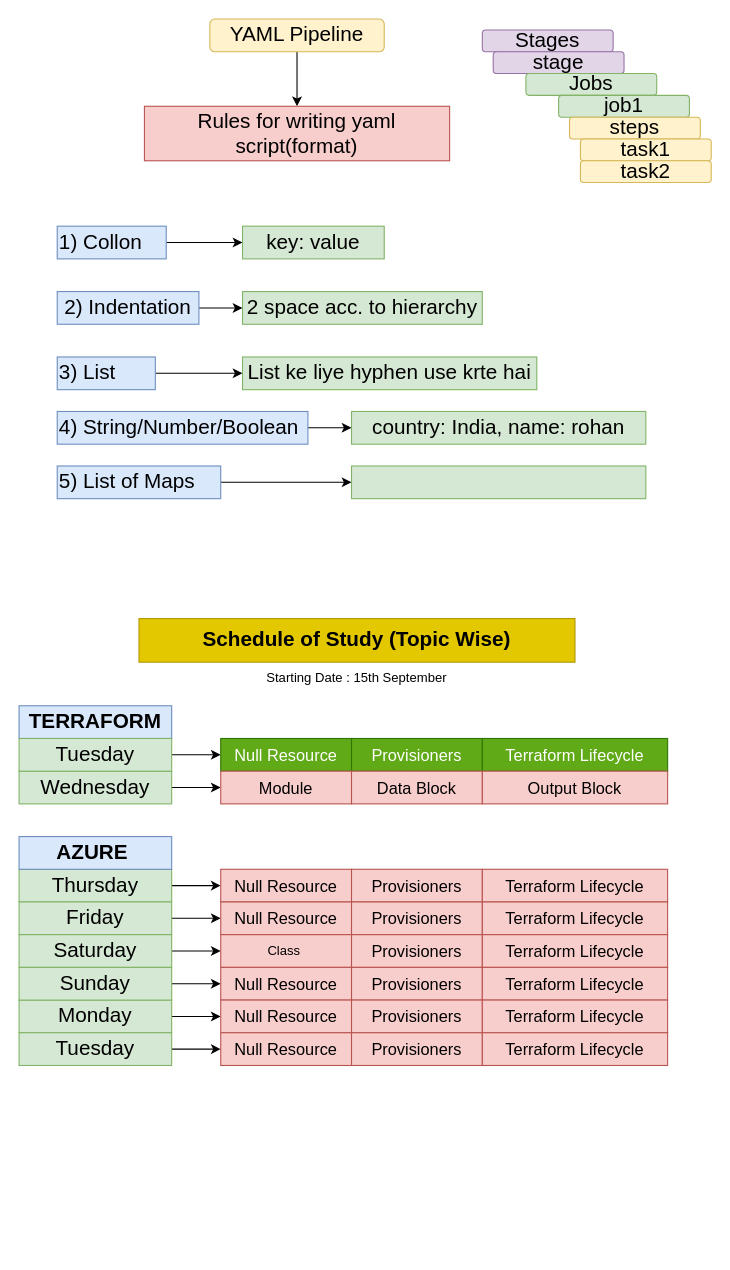
Above: Practice Schedule.drawio in Sandeepinfra/Diagrams.HLD (draw.io), before the change. Source tidied: cells renumbered, new cells numbered last; positions are measured from the earlier drawing's top-left corner, leaving out a move shared by most shapes. Both pictures are drawn from the tidied source at 109%, with x=0, y=0 at pixel (19, 19).
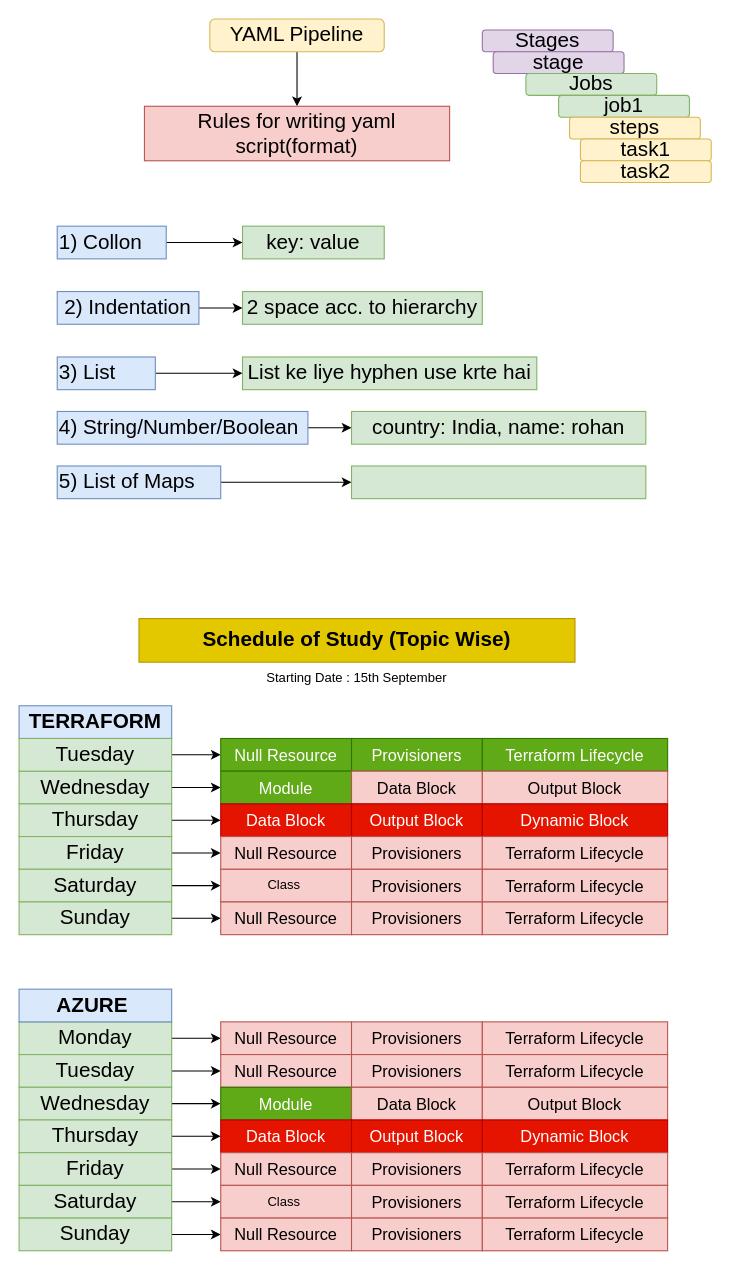
The same page after the edit.

Diff of the diagram source:
```diff
@@
     <mxCell id="34" value="&lt;span style=&quot;text-align: left;&quot;&gt;Thursday&lt;/span&gt;" style="text;html=1;whiteSpace=wrap;strokeColor=#82b366;fillColor=#d5e8d4;align=center;verticalAlign=middle;rounded=0;fontFamily=Helvetica;fontSize=19;" parent="1" vertex="1">
-      <mxGeometry y="780" width="140" height="30" as="geometry" />
+      <mxGeometry y="720" width="140" height="30" as="geometry" />
     </mxCell>
@@
     <mxCell id="36" value="&lt;span style=&quot;text-align: left;&quot;&gt;Friday&lt;/span&gt;" style="text;html=1;whiteSpace=wrap;strokeColor=#82b366;fillColor=#d5e8d4;align=center;verticalAlign=middle;rounded=0;fontFamily=Helvetica;fontSize=19;" parent="1" vertex="1">
-      <mxGeometry y="810" width="140" height="30" as="geometry" />
+      <mxGeometry y="750" width="140" height="30" as="geometry" />
     </mxCell>
@@
     <mxCell id="38" value="&lt;span style=&quot;text-align: left;&quot;&gt;Monday&lt;/span&gt;" style="text;html=1;whiteSpace=wrap;strokeColor=#82b366;fillColor=#d5e8d4;align=center;verticalAlign=middle;rounded=0;fontFamily=Helvetica;fontSize=19;" parent="1" vertex="1">
-      <mxGeometry y="900" width="140" height="30" as="geometry" />
+      <mxGeometry y="920" width="140" height="30" as="geometry" />
     </mxCell>
@@
     <mxCell id="40" value="&lt;span style=&quot;text-align: left;&quot;&gt;Saturday&lt;/span&gt;" style="text;html=1;whiteSpace=wrap;strokeColor=#82b366;fillColor=#d5e8d4;align=center;verticalAlign=middle;rounded=0;fontFamily=Helvetica;fontSize=19;" parent="1" vertex="1">
-      <mxGeometry y="840" width="140" height="30" as="geometry" />
+      <mxGeometry y="780" width="140" height="30" as="geometry" />
     </mxCell>
@@
     <mxCell id="42" value="&lt;div style=&quot;text-align: left;&quot;&gt;&lt;span style=&quot;background-color: transparent; color: light-dark(rgb(0, 0, 0), rgb(255, 255, 255));&quot;&gt;Sunday&lt;/span&gt;&lt;/div&gt;" style="text;html=1;whiteSpace=wrap;strokeColor=#82b366;fillColor=#d5e8d4;align=center;verticalAlign=middle;rounded=0;fontFamily=Helvetica;fontSize=19;" parent="1" vertex="1">
-      <mxGeometry y="870" width="140" height="30" as="geometry" />
+      <mxGeometry y="810" width="140" height="30" as="geometry" />
     </mxCell>
@@
     <mxCell id="44" value="&lt;span style=&quot;text-align: left;&quot;&gt;Tuesday&lt;/span&gt;" style="text;html=1;whiteSpace=wrap;strokeColor=#82b366;fillColor=#d5e8d4;align=center;verticalAlign=middle;rounded=0;fontFamily=Helvetica;fontSize=19;" parent="1" vertex="1">
-      <mxGeometry y="930" width="140" height="30" as="geometry" />
+      <mxGeometry y="950" width="140" height="30" as="geometry" />
     </mxCell>
@@
-    <mxCell id="48" value="&lt;span style=&quot;font-size: 15px;&quot;&gt;Module&lt;/span&gt;" style="text;html=1;whiteSpace=wrap;strokeColor=#b85450;fillColor=#f8cecc;align=center;verticalAlign=middle;rounded=0;" parent="1" vertex="1">
+    <mxCell id="48" value="&lt;span style=&quot;font-size: 15px;&quot;&gt;Module&lt;/span&gt;" style="text;html=1;whiteSpace=wrap;strokeColor=#2D7600;fillColor=#60a917;align=center;verticalAlign=middle;rounded=0;fontColor=#ffffff;" parent="1" vertex="1">
       <mxGeometry x="185" y="690" width="120" height="30" as="geometry" />
     </mxCell>
@@
-    <mxCell id="51" value="&lt;font style=&quot;font-size: 15px;&quot;&gt;Null Resource&lt;/font&gt;" style="text;html=1;whiteSpace=wrap;strokeColor=#b85450;fillColor=#f8cecc;align=center;verticalAlign=middle;rounded=0;" parent="1" vertex="1">
-      <mxGeometry x="185" y="780" width="120" height="30" as="geometry" />
+    <mxCell id="51" value="&lt;font style=&quot;font-size: 15px;&quot;&gt;Data Block&lt;/font&gt;" style="text;html=1;whiteSpace=wrap;strokeColor=#B20000;fillColor=#e51400;align=center;verticalAlign=middle;rounded=0;fontColor=#ffffff;" parent="1" vertex="1">
+      <mxGeometry x="185" y="720" width="120" height="30" as="geometry" />
     </mxCell>
-    <mxCell id="52" value="&lt;span style=&quot;font-size: 15px;&quot;&gt;Provisioners&lt;/span&gt;" style="text;html=1;whiteSpace=wrap;strokeColor=#b85450;fillColor=#f8cecc;align=center;verticalAlign=middle;rounded=0;" parent="1" vertex="1">
-      <mxGeometry x="305" y="780" width="120" height="30" as="geometry" />
+    <mxCell id="52" value="&lt;span style=&quot;font-size: 15px;&quot;&gt;Output Block&lt;/span&gt;" style="text;html=1;whiteSpace=wrap;strokeColor=#B20000;fillColor=#e51400;align=center;verticalAlign=middle;rounded=0;fontColor=#ffffff;" parent="1" vertex="1">
+      <mxGeometry x="305" y="720" width="120" height="30" as="geometry" />
     </mxCell>
-    <mxCell id="53" value="&lt;span style=&quot;font-size: 15px;&quot;&gt;Terraform Lifecycle&lt;/span&gt;" style="text;html=1;whiteSpace=wrap;strokeColor=#b85450;fillColor=#f8cecc;align=center;verticalAlign=middle;rounded=0;" parent="1" vertex="1">
-      <mxGeometry x="425" y="780" width="170" height="30" as="geometry" />
+    <mxCell id="53" value="&lt;span style=&quot;font-size: 15px;&quot;&gt;Dynamic Block&lt;/span&gt;" style="text;html=1;whiteSpace=wrap;strokeColor=#B20000;fillColor=#e51400;align=center;verticalAlign=middle;rounded=0;fontColor=#ffffff;" parent="1" vertex="1">
+      <mxGeometry x="425" y="720" width="170" height="30" as="geometry" />
     </mxCell>
     <mxCell id="54" value="&lt;font style=&quot;font-size: 15px;&quot;&gt;Null Resource&lt;/font&gt;" style="text;html=1;whiteSpace=wrap;strokeColor=#b85450;fillColor=#f8cecc;align=center;verticalAlign=middle;rounded=0;" parent="1" vertex="1">
-      <mxGeometry x="185" y="810" width="120" height="30" as="geometry" />
+      <mxGeometry x="185" y="750" width="120" height="30" as="geometry" />
     </mxCell>
     <mxCell id="55" value="&lt;span style=&quot;font-size: 15px;&quot;&gt;Provisioners&lt;/span&gt;" style="text;html=1;whiteSpace=wrap;strokeColor=#b85450;fillColor=#f8cecc;align=center;verticalAlign=middle;rounded=0;" parent="1" vertex="1">
-      <mxGeometry x="305" y="810" width="120" height="30" as="geometry" />
+      <mxGeometry x="305" y="750" width="120" height="30" as="geometry" />
     </mxCell>
     <mxCell id="56" value="&lt;span style=&quot;font-size: 15px;&quot;&gt;Terraform Lifecycle&lt;/span&gt;" style="text;html=1;whiteSpace=wrap;strokeColor=#b85450;fillColor=#f8cecc;align=center;verticalAlign=middle;rounded=0;" parent="1" vertex="1">
-      <mxGeometry x="425" y="810" width="170" height="30" as="geometry" />
+      <mxGeometry x="425" y="750" width="170" height="30" as="geometry" />
     </mxCell>
     <mxCell id="57" value="Class&amp;nbsp;" style="text;html=1;whiteSpace=wrap;strokeColor=#b85450;fillColor=#f8cecc;align=center;verticalAlign=middle;rounded=0;" parent="1" vertex="1">
-      <mxGeometry x="185" y="840" width="120" height="30" as="geometry" />
+      <mxGeometry x="185" y="780" width="120" height="30" as="geometry" />
     </mxCell>
     <mxCell id="58" value="&lt;span style=&quot;font-size: 15px;&quot;&gt;Provisioners&lt;/span&gt;" style="text;html=1;whiteSpace=wrap;strokeColor=#b85450;fillColor=#f8cecc;align=center;verticalAlign=middle;rounded=0;" parent="1" vertex="1">
-      <mxGeometry x="305" y="840" width="120" height="30" as="geometry" />
+      <mxGeometry x="305" y="780" width="120" height="30" as="geometry" />
     </mxCell>
     <mxCell id="59" value="&lt;span style=&quot;font-size: 15px;&quot;&gt;Terraform Lifecycle&lt;/span&gt;" style="text;html=1;whiteSpace=wrap;strokeColor=#b85450;fillColor=#f8cecc;align=center;verticalAlign=middle;rounded=0;" parent="1" vertex="1">
-      <mxGeometry x="425" y="840" width="170" height="30" as="geometry" />
+      <mxGeometry x="425" y="780" width="170" height="30" as="geometry" />
     </mxCell>
     <mxCell id="60" value="&lt;font style=&quot;font-size: 15px;&quot;&gt;Null Resource&lt;/font&gt;" style="text;html=1;whiteSpace=wrap;strokeColor=#b85450;fillColor=#f8cecc;align=center;verticalAlign=middle;rounded=0;" parent="1" vertex="1">
-      <mxGeometry x="185" y="870" width="120" height="30" as="geometry" />
+      <mxGeometry x="185" y="810" width="120" height="30" as="geometry" />
     </mxCell>
     <mxCell id="61" value="&lt;span style=&quot;font-size: 15px;&quot;&gt;Provisioners&lt;/span&gt;" style="text;html=1;whiteSpace=wrap;strokeColor=#b85450;fillColor=#f8cecc;align=center;verticalAlign=middle;rounded=0;" parent="1" vertex="1">
-      <mxGeometry x="305" y="870" width="120" height="30" as="geometry" />
+      <mxGeometry x="305" y="810" width="120" height="30" as="geometry" />
     </mxCell>
     <mxCell id="62" value="&lt;span style=&quot;font-size: 15px;&quot;&gt;Terraform Lifecycle&lt;/span&gt;" style="text;html=1;whiteSpace=wrap;strokeColor=#b85450;fillColor=#f8cecc;align=center;verticalAlign=middle;rounded=0;" parent="1" vertex="1">
-      <mxGeometry x="425" y="870" width="170" height="30" as="geometry" />
+      <mxGeometry x="425" y="810" width="170" height="30" as="geometry" />
     </mxCell>
     <mxCell id="63" value="&lt;font style=&quot;font-size: 15px;&quot;&gt;Null Resource&lt;/font&gt;" style="text;html=1;whiteSpace=wrap;strokeColor=#b85450;fillColor=#f8cecc;align=center;verticalAlign=middle;rounded=0;" parent="1" vertex="1">
-      <mxGeometry x="185" y="900" width="120" height="30" as="geometry" />
+      <mxGeometry x="185" y="920" width="120" height="30" as="geometry" />
     </mxCell>
     <mxCell id="64" value="&lt;span style=&quot;font-size: 15px;&quot;&gt;Provisioners&lt;/span&gt;" style="text;html=1;whiteSpace=wrap;strokeColor=#b85450;fillColor=#f8cecc;align=center;verticalAlign=middle;rounded=0;" parent="1" vertex="1">
-      <mxGeometry x="305" y="900" width="120" height="30" as="geometry" />
+      <mxGeometry x="305" y="920" width="120" height="30" as="geometry" />
     </mxCell>
     <mxCell id="65" value="&lt;span style=&quot;font-size: 15px;&quot;&gt;Terraform Lifecycle&lt;/span&gt;" style="text;html=1;whiteSpace=wrap;strokeColor=#b85450;fillColor=#f8cecc;align=center;verticalAlign=middle;rounded=0;" parent="1" vertex="1">
-      <mxGeometry x="425" y="900" width="170" height="30" as="geometry" />
+      <mxGeometry x="425" y="920" width="170" height="30" as="geometry" />
     </mxCell>
     <mxCell id="66" value="&lt;font style=&quot;font-size: 15px;&quot;&gt;Null Resource&lt;/font&gt;" style="text;html=1;whiteSpace=wrap;strokeColor=#b85450;fillColor=#f8cecc;align=center;verticalAlign=middle;rounded=0;" parent="1" vertex="1">
-      <mxGeometry x="185" y="930" width="120" height="30" as="geometry" />
+      <mxGeometry x="185" y="950" width="120" height="30" as="geometry" />
     </mxCell>
     <mxCell id="67" value="&lt;span style=&quot;font-size: 15px;&quot;&gt;Provisioners&lt;/span&gt;" style="text;html=1;whiteSpace=wrap;strokeColor=#b85450;fillColor=#f8cecc;align=center;verticalAlign=middle;rounded=0;" parent="1" vertex="1">
-      <mxGeometry x="305" y="930" width="120" height="30" as="geometry" />
+      <mxGeometry x="305" y="950" width="120" height="30" as="geometry" />
     </mxCell>
     <mxCell id="68" value="&lt;span style=&quot;font-size: 15px;&quot;&gt;Terraform Lifecycle&lt;/span&gt;" style="text;html=1;whiteSpace=wrap;strokeColor=#b85450;fillColor=#f8cecc;align=center;verticalAlign=middle;rounded=0;" parent="1" vertex="1">
-      <mxGeometry x="425" y="930" width="170" height="30" as="geometry" />
+      <mxGeometry x="425" y="950" width="170" height="30" as="geometry" />
     </mxCell>
     <mxCell id="69" value="&lt;b&gt;AZURE&amp;nbsp;&lt;/b&gt;" style="text;html=1;whiteSpace=wrap;strokeColor=#6c8ebf;fillColor=#dae8fc;align=center;verticalAlign=middle;rounded=0;fontFamily=Helvetica;fontSize=19;" parent="1" vertex="1">
-      <mxGeometry y="750" width="140" height="30" as="geometry" />
+      <mxGeometry y="890" width="140" height="30" as="geometry" />
     </mxCell>
@@
+    <mxCell id="71" style="edgeStyle=orthogonalEdgeStyle;rounded=0;jettySize=auto;html=1;exitX=1;exitY=0.5;exitDx=0;exitDy=0;entryX=0;entryY=0.5;entryDx=0;entryDy=0;fontFamily=Helvetica;fontSize=19;fontColor=default;" parent="1" edge="1" source="72" target="81">
+      <mxGeometry relative="1" as="geometry" />
+    </mxCell>
+    <mxCell id="72" value="&lt;span style=&quot;text-align: left;&quot;&gt;Wednesday&lt;/span&gt;" style="text;html=1;whiteSpace=wrap;strokeColor=#82b366;fillColor=#d5e8d4;align=center;verticalAlign=middle;rounded=0;fontFamily=Helvetica;fontSize=19;" parent="1" vertex="1">
+      <mxGeometry y="980" width="140" height="30" as="geometry" />
+    </mxCell>
+    <mxCell id="73" style="edgeStyle=orthogonalEdgeStyle;rounded=0;jettySize=auto;html=1;entryX=0;entryY=0.5;entryDx=0;entryDy=0;fontFamily=Helvetica;fontSize=19;fontColor=default;" parent="1" edge="1" source="74" target="84">
+      <mxGeometry relative="1" as="geometry" />
+    </mxCell>
+    <mxCell id="74" value="&lt;span style=&quot;text-align: left;&quot;&gt;Thursday&lt;/span&gt;" style="text;html=1;whiteSpace=wrap;strokeColor=#82b366;fillColor=#d5e8d4;align=center;verticalAlign=middle;rounded=0;fontFamily=Helvetica;fontSize=19;" parent="1" vertex="1">
+      <mxGeometry y="1010" width="140" height="30" as="geometry" />
+    </mxCell>
+    <mxCell id="75" style="edgeStyle=orthogonalEdgeStyle;rounded=0;jettySize=auto;html=1;entryX=0;entryY=0.5;entryDx=0;entryDy=0;fontFamily=Helvetica;fontSize=19;fontColor=default;" parent="1" edge="1" source="76" target="87">
+      <mxGeometry relative="1" as="geometry" />
+    </mxCell>
+    <mxCell id="76" value="&lt;span style=&quot;text-align: left;&quot;&gt;Friday&lt;/span&gt;" style="text;html=1;whiteSpace=wrap;strokeColor=#82b366;fillColor=#d5e8d4;align=center;verticalAlign=middle;rounded=0;fontFamily=Helvetica;fontSize=19;" parent="1" vertex="1">
+      <mxGeometry y="1040" width="140" height="30" as="geometry" />
+    </mxCell>
+    <mxCell id="77" style="edgeStyle=orthogonalEdgeStyle;rounded=0;jettySize=auto;html=1;entryX=0;entryY=0.5;entryDx=0;entryDy=0;fontFamily=Helvetica;fontSize=19;fontColor=default;" parent="1" edge="1" source="78" target="90">
+      <mxGeometry relative="1" as="geometry" />
+    </mxCell>
+    <mxCell id="78" value="&lt;span style=&quot;text-align: left;&quot;&gt;Saturday&lt;/span&gt;" style="text;html=1;whiteSpace=wrap;strokeColor=#82b366;fillColor=#d5e8d4;align=center;verticalAlign=middle;rounded=0;fontFamily=Helvetica;fontSize=19;" parent="1" vertex="1">
+      <mxGeometry y="1070" width="140" height="30" as="geometry" />
+    </mxCell>
+    <mxCell id="79" style="edgeStyle=orthogonalEdgeStyle;rounded=0;jettySize=auto;html=1;entryX=0;entryY=0.5;entryDx=0;entryDy=0;fontFamily=Helvetica;fontSize=19;fontColor=default;" parent="1" edge="1" source="80" target="93">
+      <mxGeometry relative="1" as="geometry" />
+    </mxCell>
+    <mxCell id="80" value="&lt;div style=&quot;text-align: left;&quot;&gt;&lt;span style=&quot;background-color: transparent; color: light-dark(rgb(0, 0, 0), rgb(255, 255, 255));&quot;&gt;Sunday&lt;/span&gt;&lt;/div&gt;" style="text;html=1;whiteSpace=wrap;strokeColor=#82b366;fillColor=#d5e8d4;align=center;verticalAlign=middle;rounded=0;fontFamily=Helvetica;fontSize=19;" parent="1" vertex="1">
+      <mxGeometry y="1100" width="140" height="30" as="geometry" />
+    </mxCell>
+    <mxCell id="81" value="&lt;span style=&quot;font-size: 15px;&quot;&gt;Module&lt;/span&gt;" style="text;html=1;whiteSpace=wrap;strokeColor=#2D7600;fillColor=#60a917;align=center;verticalAlign=middle;rounded=0;fontColor=#ffffff;" parent="1" vertex="1">
+      <mxGeometry x="185" y="980" width="120" height="30" as="geometry" />
+    </mxCell>
+    <mxCell id="82" value="&lt;span style=&quot;font-size: 15px;&quot;&gt;Data Block&lt;/span&gt;" style="text;html=1;whiteSpace=wrap;strokeColor=#b85450;fillColor=#f8cecc;align=center;verticalAlign=middle;rounded=0;" parent="1" vertex="1">
+      <mxGeometry x="305" y="980" width="120" height="30" as="geometry" />
+    </mxCell>
+    <mxCell id="83" value="&lt;span style=&quot;font-size: 15px;&quot;&gt;Output Block&lt;/span&gt;" style="text;html=1;whiteSpace=wrap;strokeColor=#b85450;fillColor=#f8cecc;align=center;verticalAlign=middle;rounded=0;" parent="1" vertex="1">
+      <mxGeometry x="425" y="980" width="170" height="30" as="geometry" />
+    </mxCell>
+    <mxCell id="84" value="&lt;font style=&quot;font-size: 15px;&quot;&gt;Data Block&lt;/font&gt;" style="text;html=1;whiteSpace=wrap;strokeColor=#B20000;fillColor=#e51400;align=center;verticalAlign=middle;rounded=0;fontColor=#ffffff;" parent="1" vertex="1">
+      <mxGeometry x="185" y="1010" width="120" height="30" as="geometry" />
+    </mxCell>
+    <mxCell id="85" value="&lt;span style=&quot;font-size: 15px;&quot;&gt;Output Block&lt;/span&gt;" style="text;html=1;whiteSpace=wrap;strokeColor=#B20000;fillColor=#e51400;align=center;verticalAlign=middle;rounded=0;fontColor=#ffffff;" parent="1" vertex="1">
+      <mxGeometry x="305" y="1010" width="120" height="30" as="geometry" />
+    </mxCell>
+    <mxCell id="86" value="&lt;span style=&quot;font-size: 15px;&quot;&gt;Dynamic Block&lt;/span&gt;" style="text;html=1;whiteSpace=wrap;strokeColor=#B20000;fillColor=#e51400;align=center;verticalAlign=middle;rounded=0;fontColor=#ffffff;" parent="1" vertex="1">
+      <mxGeometry x="425" y="1010" width="170" height="30" as="geometry" />
+    </mxCell>
+    <mxCell id="87" value="&lt;font style=&quot;font-size: 15px;&quot;&gt;Null Resource&lt;/font&gt;" style="text;html=1;whiteSpace=wrap;strokeColor=#b85450;fillColor=#f8cecc;align=center;verticalAlign=middle;rounded=0;" parent="1" vertex="1">
+      <mxGeometry x="185" y="1040" width="120" height="30" as="geometry" />
+    </mxCell>
+    <mxCell id="88" value="&lt;span style=&quot;font-size: 15px;&quot;&gt;Provisioners&lt;/span&gt;" style="text;html=1;whiteSpace=wrap;strokeColor=#b85450;fillColor=#f8cecc;align=center;verticalAlign=middle;rounded=0;" parent="1" vertex="1">
+      <mxGeometry x="305" y="1040" width="120" height="30" as="geometry" />
+    </mxCell>
+    <mxCell id="89" value="&lt;span style=&quot;font-size: 15px;&quot;&gt;Terraform Lifecycle&lt;/span&gt;" style="text;html=1;whiteSpace=wrap;strokeColor=#b85450;fillColor=#f8cecc;align=center;verticalAlign=middle;rounded=0;" parent="1" vertex="1">
+      <mxGeometry x="425" y="1040" width="170" height="30" as="geometry" />
+    </mxCell>
+    <mxCell id="90" value="Class&amp;nbsp;" style="text;html=1;whiteSpace=wrap;strokeColor=#b85450;fillColor=#f8cecc;align=center;verticalAlign=middle;rounded=0;" parent="1" vertex="1">
+      <mxGeometry x="185" y="1070" width="120" height="30" as="geometry" />
+    </mxCell>
+    <mxCell id="91" value="&lt;span style=&quot;font-size: 15px;&quot;&gt;Provisioners&lt;/span&gt;" style="text;html=1;whiteSpace=wrap;strokeColor=#b85450;fillColor=#f8cecc;align=center;verticalAlign=middle;rounded=0;" parent="1" vertex="1">
+      <mxGeometry x="305" y="1070" width="120" height="30" as="geometry" />
+    </mxCell>
+    <mxCell id="92" value="&lt;span style=&quot;font-size: 15px;&quot;&gt;Terraform Lifecycle&lt;/span&gt;" style="text;html=1;whiteSpace=wrap;strokeColor=#b85450;fillColor=#f8cecc;align=center;verticalAlign=middle;rounded=0;" parent="1" vertex="1">
+      <mxGeometry x="425" y="1070" width="170" height="30" as="geometry" />
+    </mxCell>
+    <mxCell id="93" value="&lt;font style=&quot;font-size: 15px;&quot;&gt;Null Resource&lt;/font&gt;" style="text;html=1;whiteSpace=wrap;strokeColor=#b85450;fillColor=#f8cecc;align=center;verticalAlign=middle;rounded=0;" parent="1" vertex="1">
+      <mxGeometry x="185" y="1100" width="120" height="30" as="geometry" />
+    </mxCell>
+    <mxCell id="94" value="&lt;span style=&quot;font-size: 15px;&quot;&gt;Provisioners&lt;/span&gt;" style="text;html=1;whiteSpace=wrap;strokeColor=#b85450;fillColor=#f8cecc;align=center;verticalAlign=middle;rounded=0;" parent="1" vertex="1">
+      <mxGeometry x="305" y="1100" width="120" height="30" as="geometry" />
+    </mxCell>
+    <mxCell id="95" value="&lt;span style=&quot;font-size: 15px;&quot;&gt;Terraform Lifecycle&lt;/span&gt;" style="text;html=1;whiteSpace=wrap;strokeColor=#b85450;fillColor=#f8cecc;align=center;verticalAlign=middle;rounded=0;" parent="1" vertex="1">
+      <mxGeometry x="425" y="1100" width="170" height="30" as="geometry" />
+    </mxCell>
```
